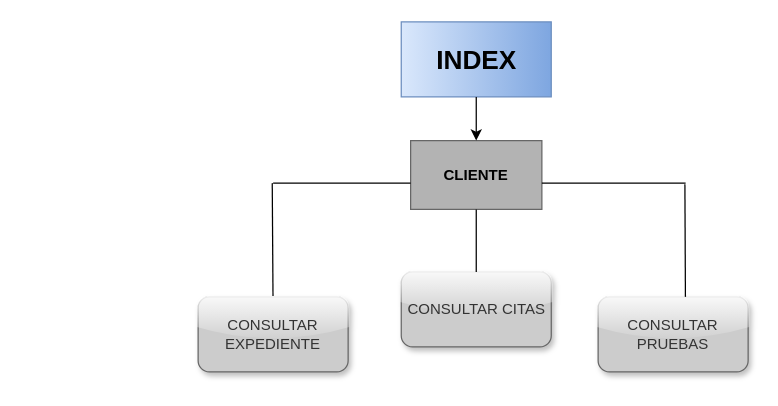
Before: MEMORIA/UML Diagrama/Para cambios/UML_Rol_Cliente.drawio in poyatos/VITAL-PET, a draw.io diagram. Source tidied: cells renumbered, new cells numbered last; positions are measured from the earlier drawing's top-left corner, leaving out a move shared by most shapes. Both pictures are drawn from the tidied source at 125%, with x=0, y=0 at pixel (22, 21).
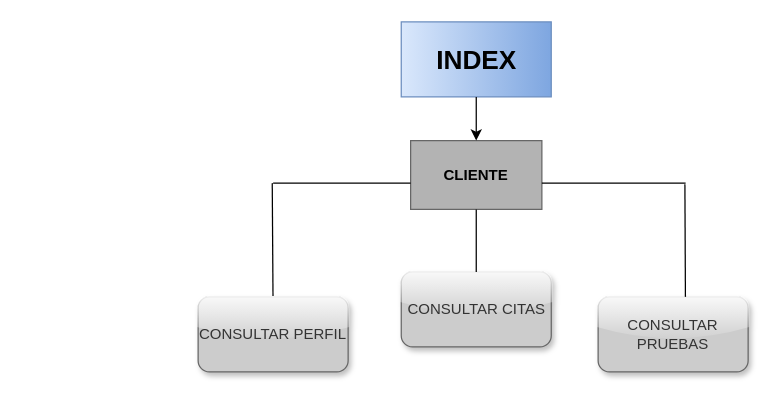
The same diagram, later.

Change to the diagram source:
```diff
@@
 <mxGraphModel>
   <root>
     <mxCell id="0" />
     <mxCell id="1" parent="0" />
     <mxCell id="2" value="INDEX" style="rounded=0;fillColor=#dae8fc;strokeColor=#6c8ebf;gradientColor=#7ea6e0;fontStyle=1;horizontal=1;whiteSpace=wrap;html=1;fontSize=21;glass=0;shadow=0;gradientDirection=east;" parent="1" vertex="1">
       <mxGeometry x="302.5" width="120" height="60" as="geometry" />
     </mxCell>
     <mxCell id="3" value="CLIENTE" style="rounded=1;whiteSpace=wrap;html=1;arcSize=0;fillColor=#B3B3B3;strokeColor=#666666;gradientColor=#b3b3b3;shadow=0;comic=0;gradientDirection=north;fontStyle=1;" parent="1" vertex="1">
       <mxGeometry x="310" y="95" width="105" height="55" as="geometry" />
     </mxCell>
-    <mxCell id="4" value="CONSULTAR EXPEDIENTE" style="rounded=1;whiteSpace=wrap;html=1;fillColor=#CCCCCC;strokeColor=#666666;fontColor=#333333;glass=1;shadow=1;" parent="1" vertex="1">
+    <mxCell id="4" value="CONSULTAR PERFIL" style="rounded=1;whiteSpace=wrap;html=1;fillColor=#CCCCCC;strokeColor=#666666;fontColor=#333333;glass=1;shadow=1;" parent="1" vertex="1">
       <mxGeometry x="140" y="220" width="120" height="60" as="geometry" />
     </mxCell>
     <mxCell id="5" value="CONSULTAR CITAS" style="rounded=1;whiteSpace=wrap;html=1;fillColor=#CCCCCC;strokeColor=#666666;fontColor=#333333;glass=1;shadow=1;" parent="1" vertex="1">
       <mxGeometry x="302.5" y="200" width="120" height="60" as="geometry" />
     </mxCell>
     <mxCell id="6" value="CONSULTAR PRUEBAS" style="rounded=1;whiteSpace=wrap;html=1;fillColor=#CCCCCC;strokeColor=#666666;fontColor=#333333;glass=1;shadow=1;" parent="1" vertex="1">
       <mxGeometry x="460" y="220" width="120" height="60" as="geometry" />
     </mxCell>
     <mxCell id="7" style="endArrow=classic;html=1;exitX=0.5;exitY=1;exitDx=0;exitDy=0;entryX=0.5;entryY=0;entryDx=0;entryDy=0;" parent="1" edge="1" source="2" target="3">
       <mxGeometry relative="1" as="geometry" />
     </mxCell>
     <mxCell id="8" style="line;strokeWidth=1;fillColor=none;align=left;verticalAlign=middle;spacingTop=-1;spacingLeft=3;spacingRight=3;labelPosition=right;points=[];portConstraint=eastwest;fontSize=12;" parent="1" vertex="1">
       <mxGeometry x="415" y="125" width="115" height="8" as="geometry" />
     </mxCell>
     <mxCell id="9" style="line;strokeWidth=1;fillColor=none;align=left;verticalAlign=middle;spacingTop=-1;spacingLeft=3;spacingRight=3;labelPosition=right;fontSize=12;" parent="1" vertex="1">
       <mxGeometry x="200" y="125" width="110" height="8" as="geometry" />
     </mxCell>
     <mxCell id="10" style="line;strokeWidth=2;direction=south;html=1;" parent="1" vertex="1">
       <mxGeometry y="129" height="160" as="geometry" />
     </mxCell>
     <mxCell id="11" style="endArrow=none;html=1;entryX=0.5;entryY=1;entryDx=0;entryDy=0;exitX=0.5;exitY=0;exitDx=0;exitDy=0;" parent="1" edge="1" source="5" target="3">
       <mxGeometry relative="1" as="geometry" />
     </mxCell>
     <mxCell id="12" style="endArrow=none;html=1;exitX=0.582;exitY=0;exitDx=0;exitDy=0;exitPerimeter=0;entryX=0.995;entryY=0.609;entryDx=0;entryDy=0;entryPerimeter=0;" parent="1" edge="1" source="6" target="8">
       <mxGeometry relative="1" as="geometry" />
     </mxCell>
     <mxCell id="13" style="endArrow=none;html=1;exitX=0.582;exitY=0;exitDx=0;exitDy=0;exitPerimeter=0;entryX=0.995;entryY=0.609;entryDx=0;entryDy=0;entryPerimeter=0;" parent="1" edge="1">
       <mxGeometry relative="1" as="geometry">
         <mxPoint x="199.9" y="219.3" as="sourcePoint" />
         <mxPoint x="199.3" y="129" as="targetPoint" />
       </mxGeometry>
     </mxCell>
   </root>
 </mxGraphModel>
```
